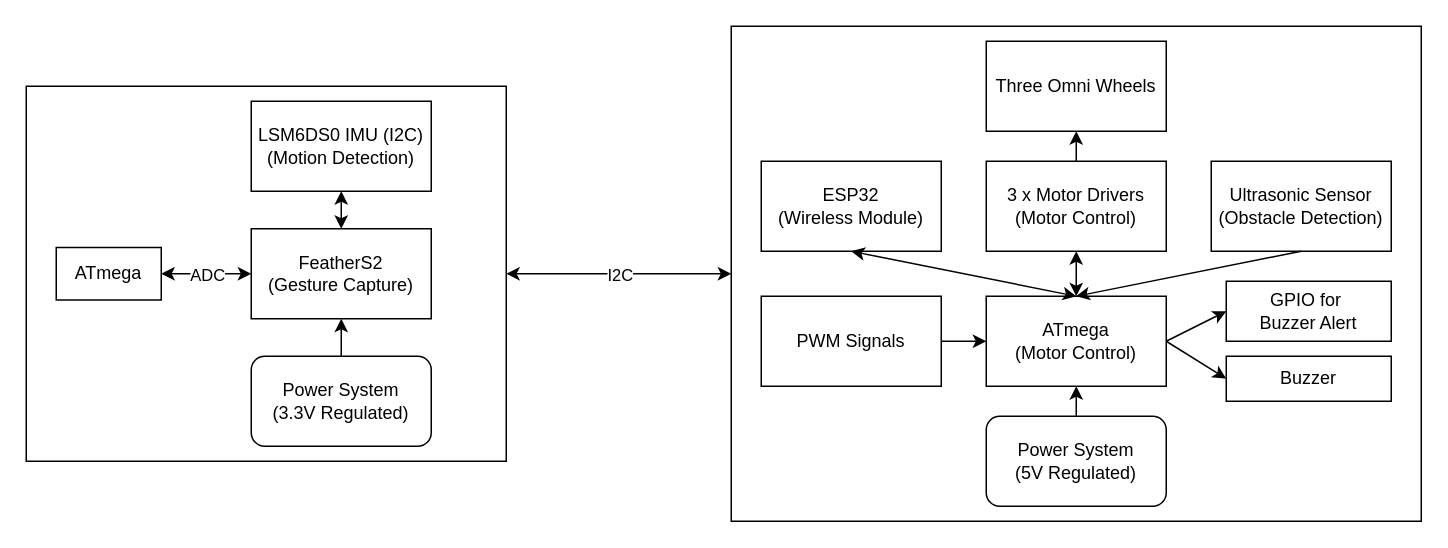
The draw.io diagram ESE 3500 System Block Diagram.drawio in upenn-embedded/omnibot.github.io, before the edit. Source tidied: cells renumbered, new cells numbered last; positions are measured from the earlier drawing's top-left corner, leaving out a move shared by most shapes. Both pictures are drawn from the tidied source at 150%, with x=0, y=0 at pixel (26, 26).
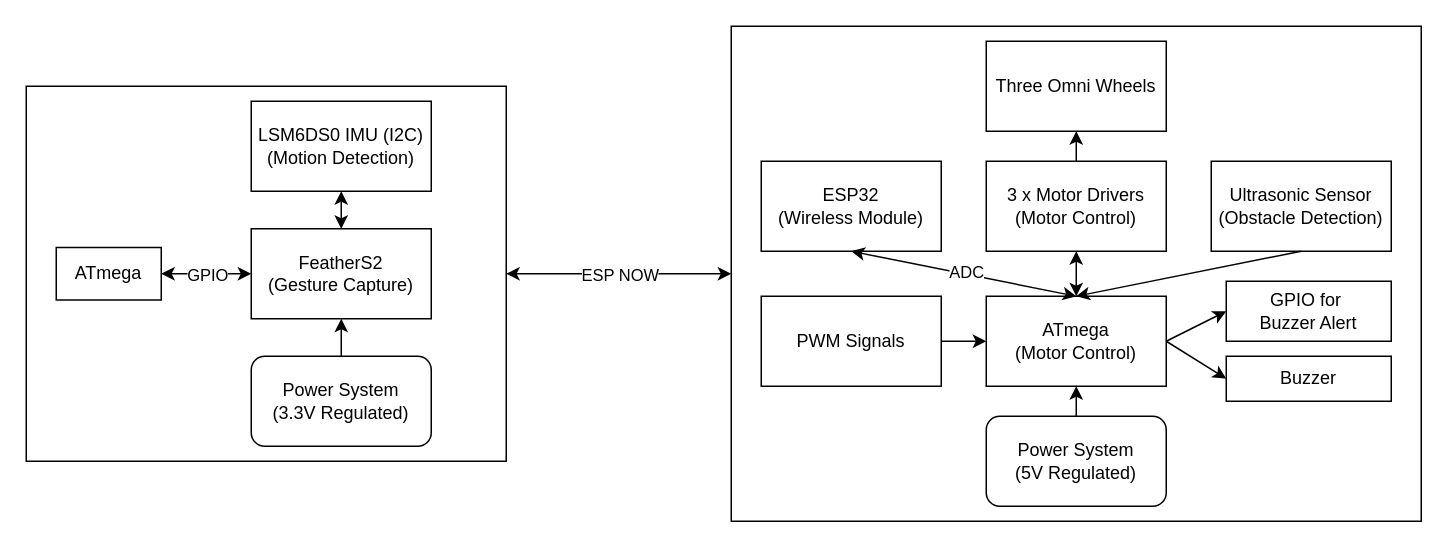
The same diagram, later.

The change refers to these unchanged cells:
```xml
<mxCell id="11" style="endArrow=classic;startArrow=classic;html=1;rounded=0;exitX=0.5;exitY=1;exitDx=0;exitDy=0;entryX=0.5;entryY=0;entryDx=0;entryDy=0;" parent="1" edge="1" source="10" target="9">
  <mxGeometry relative="1" as="geometry" />
</mxCell>
<mxCell id="18" style="endArrow=classic;startArrow=classic;html=1;rounded=0;exitX=1;exitY=0.5;exitDx=0;exitDy=0;entryX=0;entryY=0.5;entryDx=0;entryDy=0;" parent="1" edge="1" source="3" target="2">
  <mxGeometry relative="1" as="geometry" />
</mxCell>
<mxCell id="29" style="endArrow=classic;startArrow=classic;html=1;rounded=0;entryX=0;entryY=0.5;entryDx=0;entryDy=0;exitX=1;exitY=0.5;exitDx=0;exitDy=0;" parent="1" edge="1" source="28" target="4">
  <mxGeometry relative="1" as="geometry" />
</mxCell>
```

The edit, as a diff of the source:
```diff
@@
+    <mxCell id="31" value="ADC" style="edgeLabel;html=1;align=center;verticalAlign=middle;" parent="11" vertex="1">
+      <mxGeometry x="0.02" y="2" relative="1" as="geometry" />
+    </mxCell>
@@
-    <mxCell id="19" value="I2C" style="edgeLabel;html=1;align=center;verticalAlign=middle;" parent="18" vertex="1">
+    <mxCell id="19" value="ESP NOW" style="edgeLabel;html=1;align=center;verticalAlign=middle;" parent="18" vertex="1">
       <mxGeometry x="0.21" y="4" relative="1" as="geometry">
         <mxPoint x="-16" y="4" as="offset" />
       </mxGeometry>
     </mxCell>
@@
-    <mxCell id="30" value="ADC" style="edgeLabel;html=1;align=center;verticalAlign=middle;" parent="29" vertex="1">
+    <mxCell id="30" value="GPIO" style="edgeLabel;html=1;align=center;verticalAlign=middle;" parent="29" vertex="1">
       <mxGeometry x="-0.23" relative="1" as="geometry">
         <mxPoint x="7" as="offset" />
       </mxGeometry>
     </mxCell>
```
